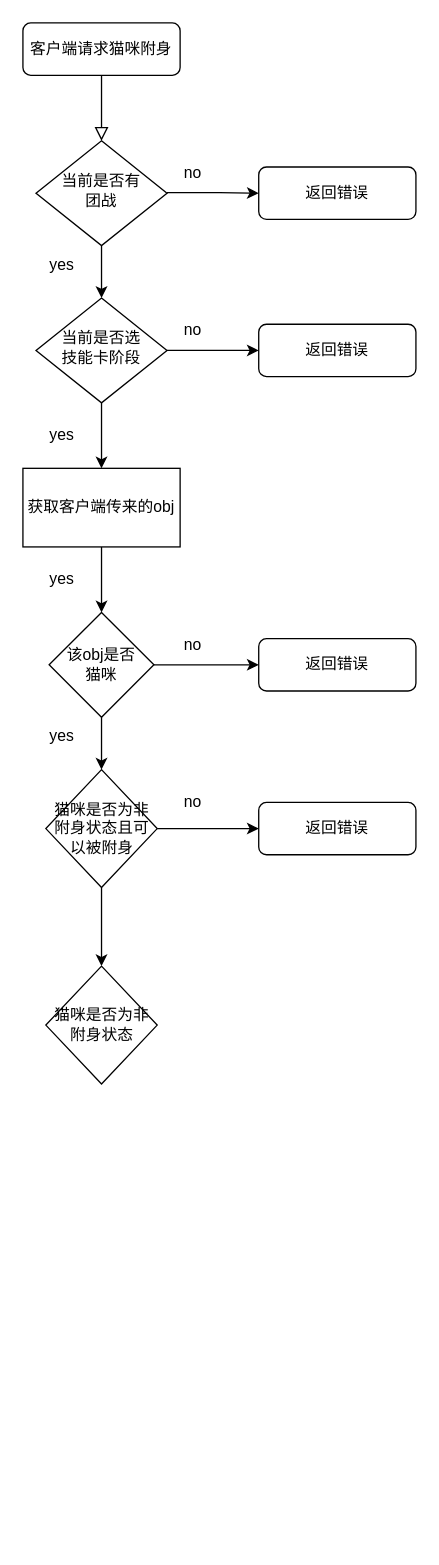
Before: Untitled Diagram.drawio in bbdLe/tools, a draw.io diagram. Source tidied: cells renumbered, new cells numbered last; positions are measured from the earlier drawing's top-left corner, leaving out a move shared by most shapes. Both pictures are drawn from the tidied source at 131%, with x=0, y=0 at pixel (22, 22).
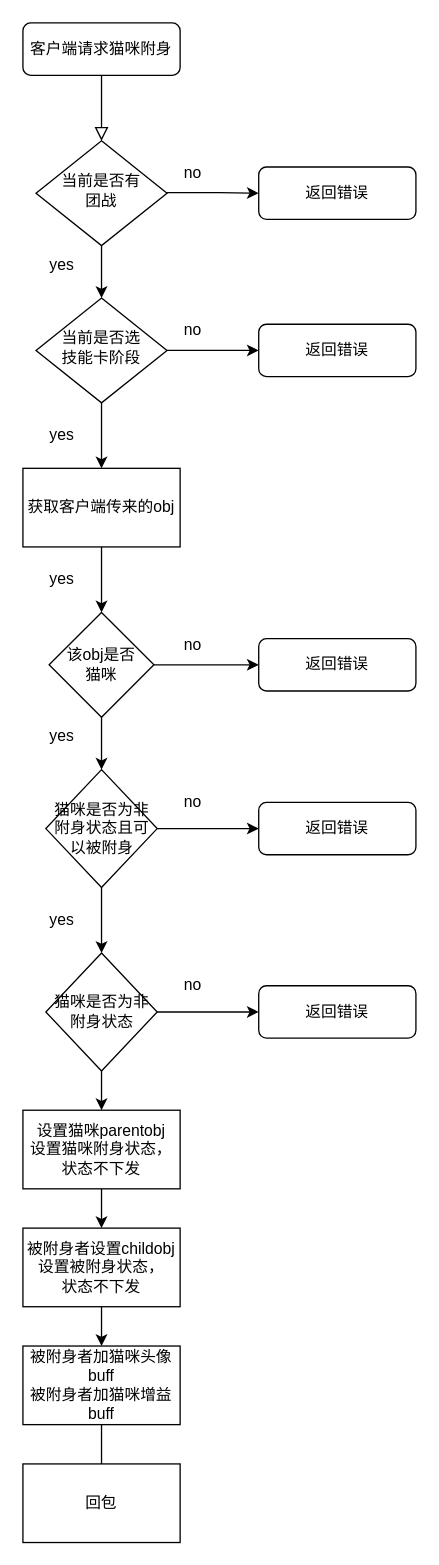
After the change.

Change to the diagram source:
```diff
@@
+    <mxCell id="31" style="edgeStyle=orthogonalEdgeStyle;rounded=0;jettySize=auto;html=1;entryX=0;entryY=0.5;entryDx=0;entryDy=0;" parent="1" edge="1" source="30" target="33">
+      <mxGeometry relative="1" as="geometry" />
+    </mxCell>
+    <mxCell id="32" style="edgeStyle=orthogonalEdgeStyle;rounded=0;jettySize=auto;html=1;exitX=0.5;exitY=1;exitDx=0;exitDy=0;entryX=0.5;entryY=0;entryDx=0;entryDy=0;" parent="1" edge="1" source="30" target="37">
+      <mxGeometry relative="1" as="geometry" />
+    </mxCell>
     <mxCell id="30" value="猫咪是否为非附身状态" style="rhombus;whiteSpace=wrap;html=1;" parent="1" vertex="1">
-      <mxGeometry x="17.5" y="720" width="85" height="90" as="geometry" />
+      <mxGeometry x="17.5" y="710" width="85" height="90" as="geometry" />
     </mxCell>
+    <mxCell id="33" value="返回错误" style="rounded=1;whiteSpace=wrap;html=1;fontSize=12;glass=0;strokeWidth=1;shadow=0;" parent="1" vertex="1">
+      <mxGeometry x="180" y="735" width="120" height="40" as="geometry" />
+    </mxCell>
+    <mxCell id="34" value="no" style="text;html=1;strokeColor=none;fillColor=none;align=center;verticalAlign=middle;whiteSpace=wrap;rounded=0;" parent="1" vertex="1">
+      <mxGeometry x="100" y="720" width="60" height="30" as="geometry" />
+    </mxCell>
+    <mxCell id="35" value="yes" style="text;html=1;strokeColor=none;fillColor=none;align=center;verticalAlign=middle;whiteSpace=wrap;rounded=0;" parent="1" vertex="1">
+      <mxGeometry y="670" width="60" height="30" as="geometry" />
+    </mxCell>
+    <mxCell id="36" style="edgeStyle=orthogonalEdgeStyle;rounded=0;jettySize=auto;html=1;exitX=0.5;exitY=1;exitDx=0;exitDy=0;" parent="1" edge="1" source="37" target="39">
+      <mxGeometry relative="1" as="geometry" />
+    </mxCell>
+    <mxCell id="37" value="设置猫咪parentobj&lt;br&gt;设置猫咪附身状态，&lt;br&gt;状态不下发" style="rounded=0;whiteSpace=wrap;html=1;" parent="1" vertex="1">
+      <mxGeometry y="830" width="120" height="60" as="geometry" />
+    </mxCell>
+    <mxCell id="38" style="edgeStyle=orthogonalEdgeStyle;rounded=0;jettySize=auto;html=1;exitX=0.5;exitY=1;exitDx=0;exitDy=0;entryX=0.5;entryY=0;entryDx=0;entryDy=0;" parent="1" edge="1" source="39" target="41">
+      <mxGeometry relative="1" as="geometry" />
+    </mxCell>
+    <mxCell id="39" value="被附身者设置childobj&lt;br&gt;设置被附身状态，&lt;br&gt;状态不下发" style="rounded=0;whiteSpace=wrap;html=1;" parent="1" vertex="1">
+      <mxGeometry y="920" width="120" height="60" as="geometry" />
+    </mxCell>
+    <mxCell id="40" style="edgeStyle=orthogonalEdgeStyle;rounded=0;jettySize=auto;html=1;exitX=0.5;exitY=1;exitDx=0;exitDy=0;" parent="1" edge="1" source="41">
+      <mxGeometry relative="1" as="geometry">
+        <mxPoint x="60" y="1120" as="targetPoint" />
+      </mxGeometry>
+    </mxCell>
+    <mxCell id="41" value="被附身者加猫咪头像buff&lt;br&gt;被附身者加猫咪增益buff" style="rounded=0;whiteSpace=wrap;html=1;" parent="1" vertex="1">
+      <mxGeometry y="1010" width="120" height="60" as="geometry" />
+    </mxCell>
+    <mxCell id="42" value="回包" style="rounded=0;whiteSpace=wrap;html=1;" parent="1" vertex="1">
+      <mxGeometry y="1100" width="120" height="60" as="geometry" />
+    </mxCell>
```
